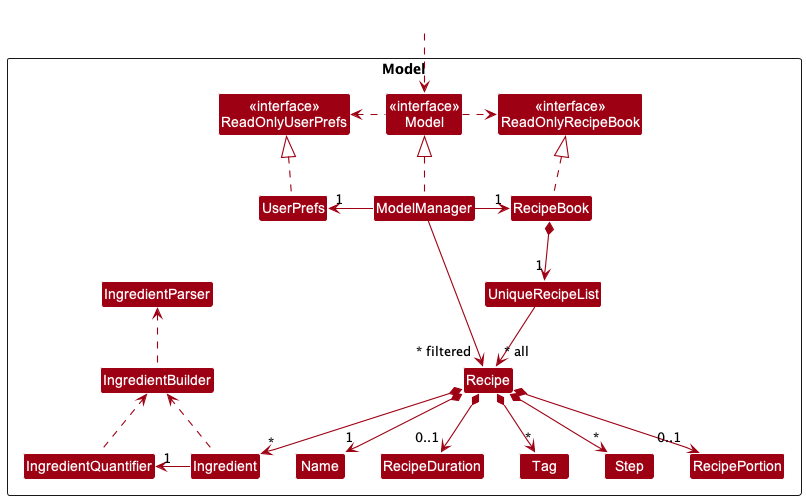
The PlantUML diagram docs/images/ModelClassDiagram.png in AY2223S2-CS2103-T13-2/tp, before a commit. Its diagram source:
```plantuml
@startuml
!include style.puml
skinparam arrowThickness 1.1
skinparam arrowColor MODEL_COLOR
skinparam classBackgroundColor MODEL_COLOR

Package Model <<Rectangle>>{
Class "<<interface>>\nReadOnlyRecipeBook" as ReadOnlyRecipeBook
Class "<<interface>>\nReadOnlyUserPrefs" as ReadOnlyUserPrefs
Class "<<interface>>\nModel" as Model_
Class RecipeBook
Class ModelManager
Class UserPrefs

Class UniqueRecipeList
Class Recipe
Class RecipePortion
Class Name
Class RecipeDuration
Class Tag
Class Step
Class Ingredient
Class IngredientParser
Class IngredientBuilder
Class IngredientQuantifier
}

Class HiddenOutside #FFFFFF

HiddenOutside .down.> Model_

ModelManager .up.|> Model_
RecipeBook .up.|> ReadOnlyRecipeBook

Model_ .left.> ReadOnlyUserPrefs
Model_ .right.> ReadOnlyRecipeBook
ModelManager -left-> "1" RecipeBook
ModelManager -right-> "1" UserPrefs
UserPrefs .up.|> ReadOnlyUserPrefs

RecipeBook *--> "1" UniqueRecipeList
UniqueRecipeList --> "~* all" Recipe
Recipe *--> "1" Name
Recipe *--> "0..1" RecipeDuration
Recipe *--> "0..1" RecipePortion
Recipe *--> "*" Tag
Recipe *--> "*" Step
Recipe *--> "*" Ingredient
Ingredient .up.> IngredientBuilder

Ingredient -left-> "1" IngredientQuantifier
IngredientQuantifier .up.> IngredientBuilder
IngredientBuilder .up.> IngredientParser

ModelManager -->"~* filtered" Recipe
@enduml
```
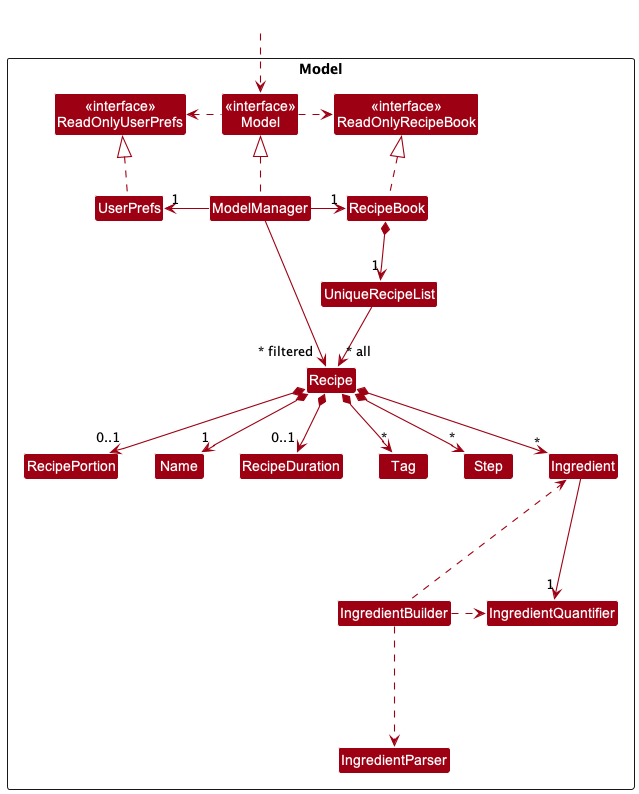
The same diagram one commit later.

What changed in the source:
```diff
@@ -46,11 +46,11 @@
 Recipe *--> "*" Tag
 Recipe *--> "*" Step
 Recipe *--> "*" Ingredient
-Ingredient .up.> IngredientBuilder
+Ingredient <... IngredientBuilder
 
-Ingredient -left-> "1" IngredientQuantifier
-IngredientQuantifier .up.> IngredientBuilder
-IngredientBuilder .up.> IngredientParser
+Ingredient ---> "1" IngredientQuantifier
+IngredientQuantifier <.left. IngredientBuilder
+IngredientBuilder ...> IngredientParser
 
 ModelManager -->"~* filtered" Recipe
 @enduml
```
